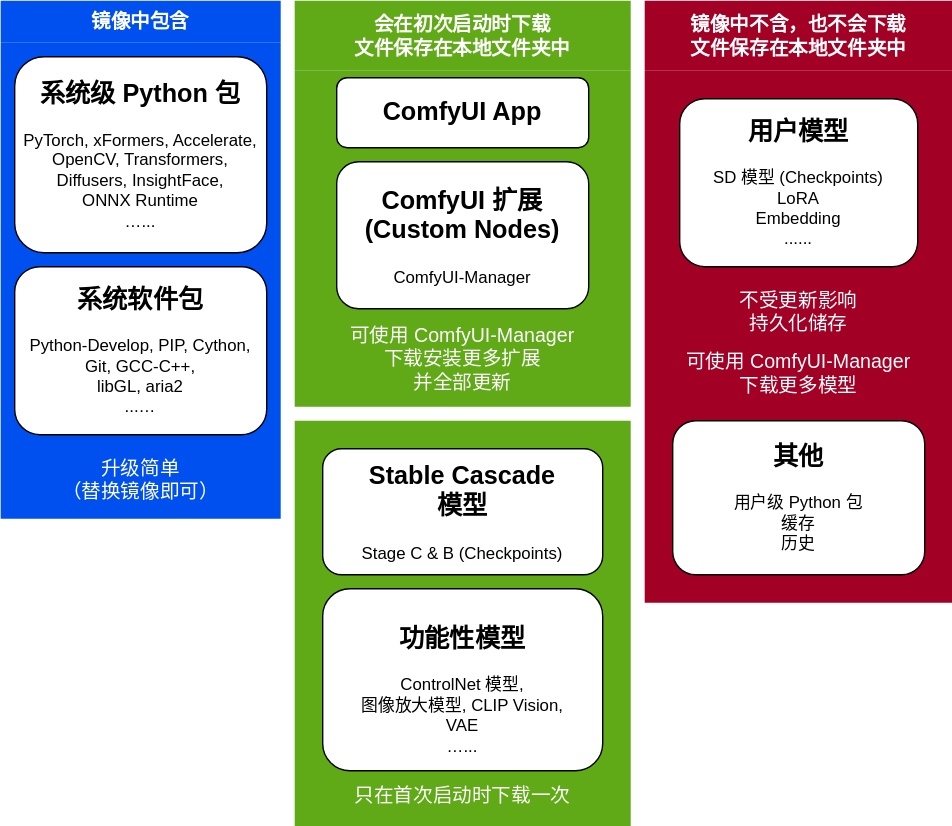
Above: docs/chart-concept.zh.svg in YanWenKun/ComfyUI-Docker (draw.io), before the change. Source tidied: cells renumbered, new cells last; positions are measured from the earlier drawing's top-left corner, leaving out a move shared by most shapes.
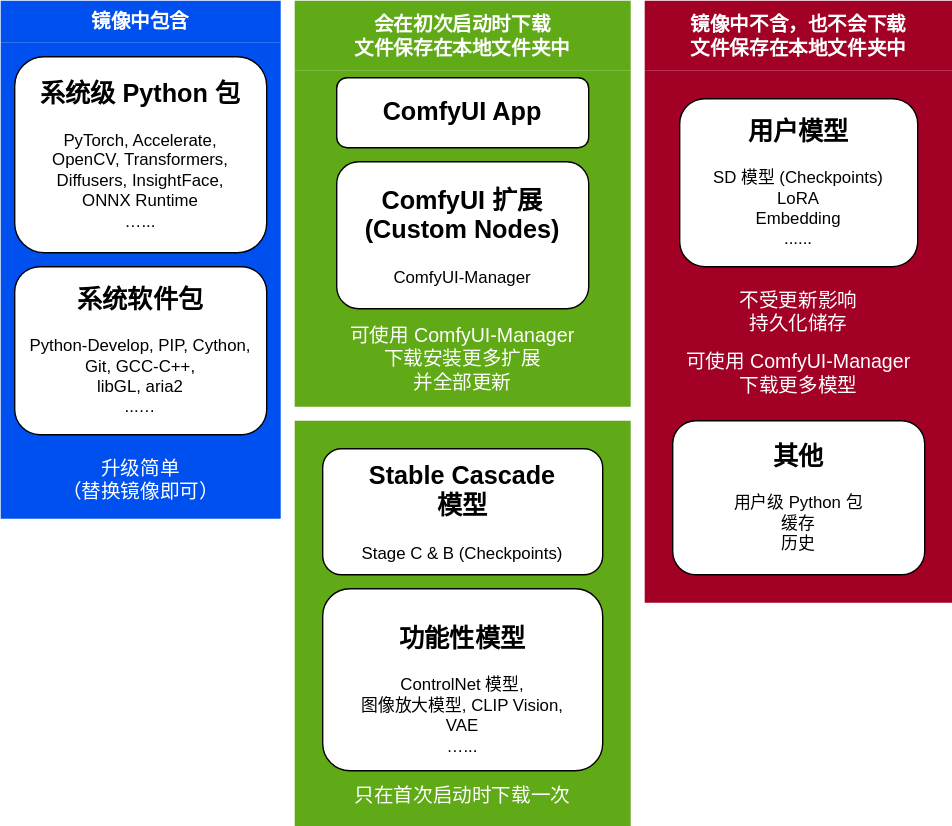
Later version of the same file.

Commit message:
Remove xFormers as PyTorch now good enough

close #24

What changed in the source:
```diff
@@ -5,7 +5,7 @@
     <mxCell id="2" value="镜像中包含" style="swimlane;whiteSpace=wrap;html=1;fillColor=#0050ef;strokeColor=none;fontColor=#ffffff;fillStyle=auto;swimlaneFillColor=#0050EF;fontSize=14;fontFamily=Helvetica;swimlaneLine=0;shadow=0;rounded=0;glass=0;startSize=30;" parent="1" vertex="1">
       <mxGeometry width="200" height="370" as="geometry" />
     </mxCell>
-    <mxCell id="3" value="&lt;h2&gt;系统级 Python 包&lt;/h2&gt;&lt;div&gt;&lt;div&gt;PyTorch, xFormers, Accelerate,&lt;/div&gt;&lt;div&gt;OpenCV, Transformers,&lt;/div&gt;&lt;div&gt;Diffusers, InsightFace,&lt;/div&gt;&lt;div&gt;ONNX Runtime&lt;/div&gt;&lt;div&gt;…...&lt;/div&gt;&lt;/div&gt;&lt;div&gt;&lt;br&gt;&lt;/div&gt;" style="rounded=1;whiteSpace=wrap;html=1;" parent="2" vertex="1">
+    <mxCell id="3" value="&lt;h2&gt;系统级 Python 包&lt;/h2&gt;&lt;div&gt;&lt;div&gt;PyTorch, Accelerate,&lt;/div&gt;&lt;div&gt;OpenCV, Transformers,&lt;/div&gt;&lt;div&gt;Diffusers, InsightFace,&lt;/div&gt;&lt;div&gt;ONNX Runtime&lt;/div&gt;&lt;div&gt;…...&lt;/div&gt;&lt;/div&gt;&lt;div&gt;&lt;br&gt;&lt;/div&gt;" style="rounded=1;whiteSpace=wrap;html=1;" parent="2" vertex="1">
       <mxGeometry x="10" y="40" width="180" height="140" as="geometry" />
     </mxCell>
     <mxCell id="4" value="&lt;h2&gt;系统软件包&lt;/h2&gt;&lt;div&gt;&lt;/div&gt;&lt;span style=&quot;background-color: initial;&quot;&gt;&lt;div&gt;Python-Develop, PIP, Cython,&lt;/div&gt;&lt;div&gt;Git, GCC-C++,&lt;/div&gt;&lt;div&gt;libGL, aria2&lt;/div&gt;&lt;div&gt;...…&lt;/div&gt;&lt;br&gt;&lt;/span&gt;" style="rounded=1;whiteSpace=wrap;html=1;" parent="2" vertex="1">
```
